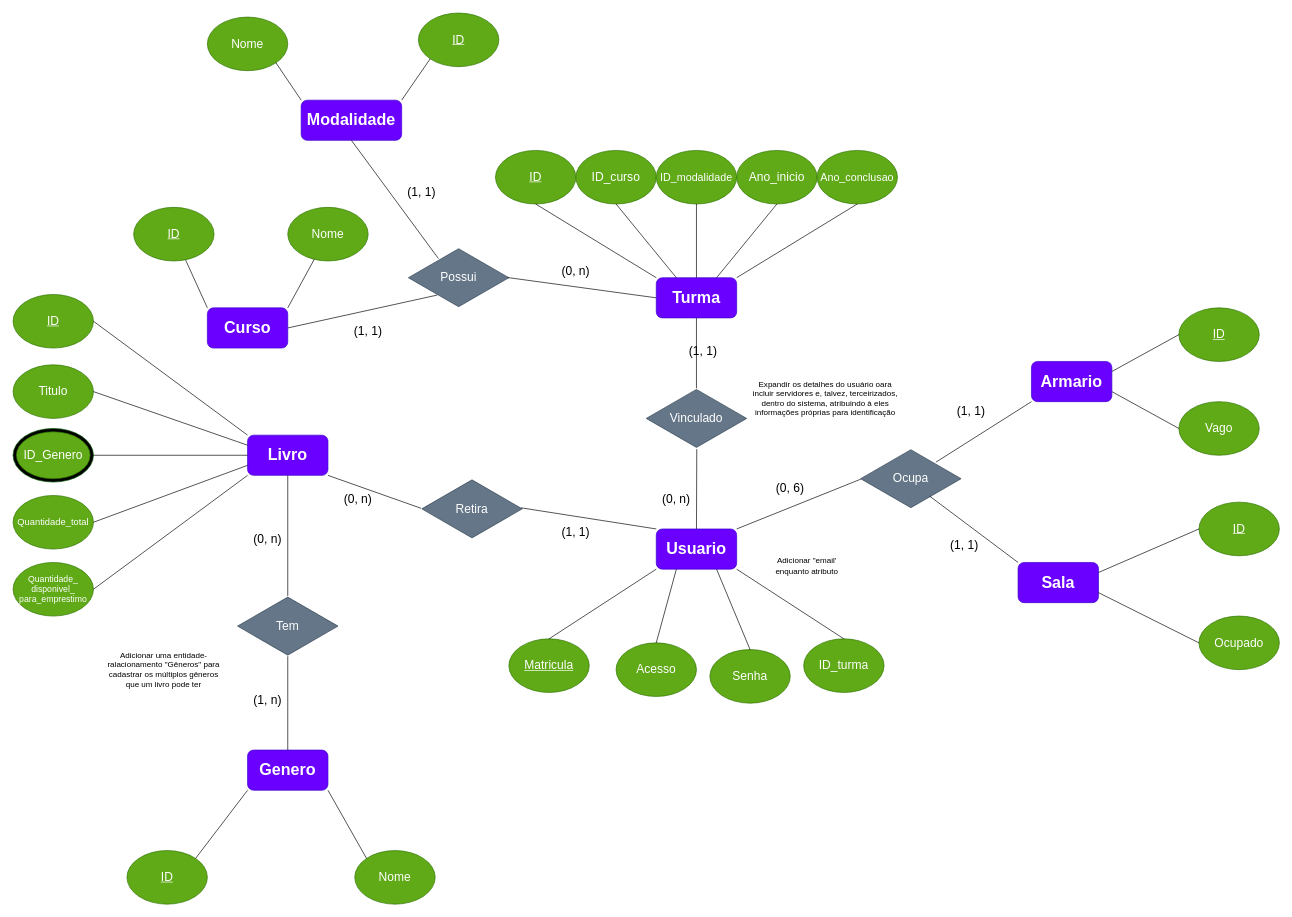
This is Modelo_conceitual_bd.drawio from Sediclaneto/Projeto_biblioteca, a draw.io file, before an edit. Source tidied: cells renumbered, new cells numbered last; positions are measured from the earlier drawing's top-left corner, leaving out a move shared by most shapes. Both pictures are drawn from the tidied source at 67%, with x=0, y=0 at pixel (13, 13).
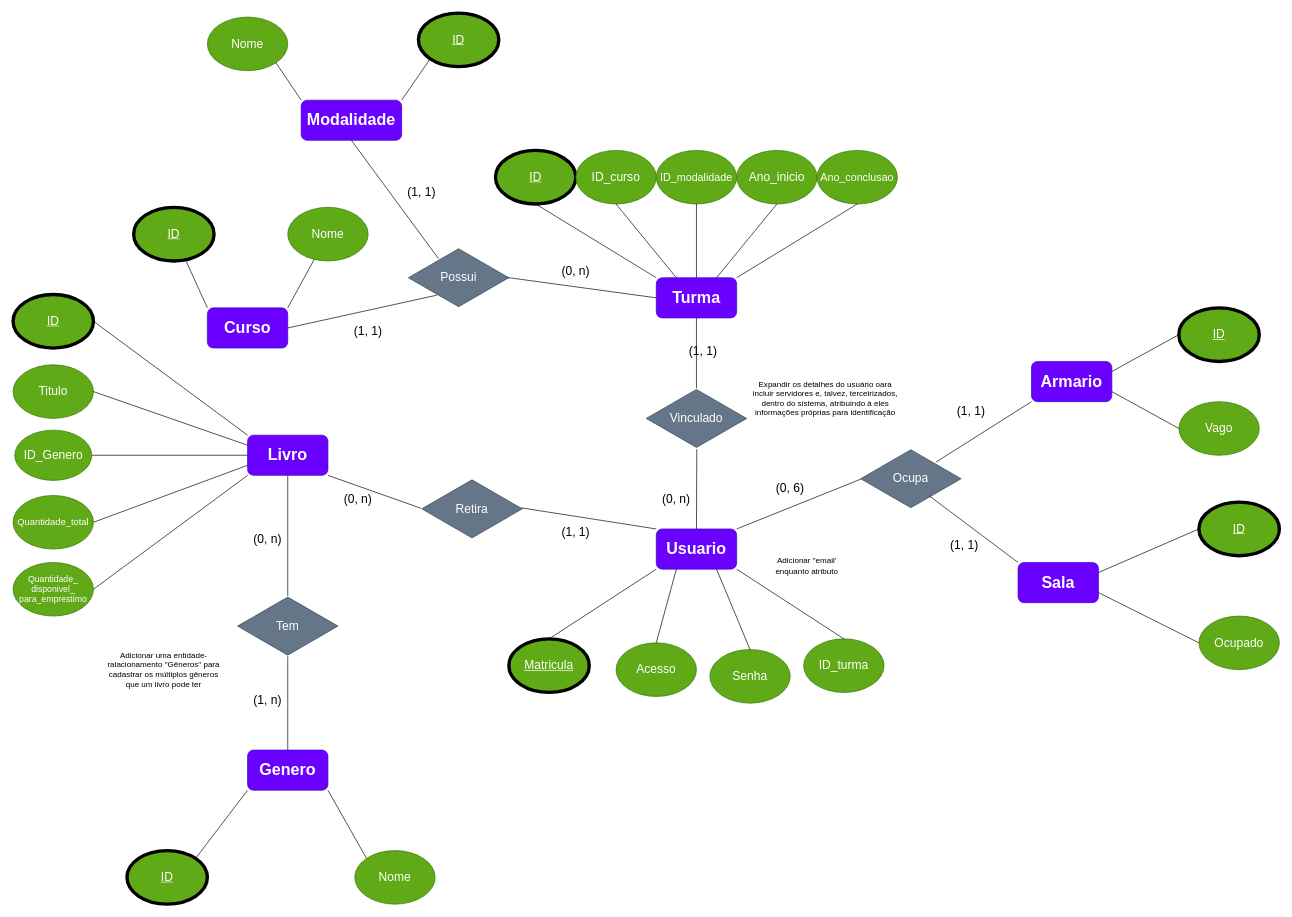
After the change.

The change refers to these unchanged cells:
```xml
<mxCell id="3" value="&lt;h1&gt;Livro&lt;/h1&gt;" style="rounded=1;whiteSpace=wrap;html=1;fillColor=#6a00ff;fontColor=#ffffff;strokeColor=#3700CC;" parent="1" vertex="1">
  <mxGeometry x="350" y="630" width="120" height="60" as="geometry" />
</mxCell>
```

The edit, as a diff of the source:
```diff
@@
-    <mxCell id="6" value="&lt;u&gt;&lt;font style=&quot;font-size: 18px;&quot;&gt;Matricula&lt;/font&gt;&lt;/u&gt;" style="ellipse;whiteSpace=wrap;html=1;fillColor=#60a917;fontColor=#ffffff;strokeColor=#2D7600;" parent="1" vertex="1">
+    <mxCell id="6" value="&lt;u&gt;&lt;font style=&quot;font-size: 18px;&quot;&gt;Matricula&lt;/font&gt;&lt;/u&gt;" style="ellipse;whiteSpace=wrap;html=1;fillColor=#60a917;fontColor=#ffffff;strokeColor=#000000;strokeWidth=5;" parent="1" vertex="1">
       <mxGeometry x="740" y="934" width="120" height="80" as="geometry" />
     </mxCell>
@@
-    <mxCell id="9" value="&lt;u&gt;&lt;font style=&quot;font-size: 18px;&quot;&gt;ID&lt;/font&gt;&lt;/u&gt;" style="ellipse;whiteSpace=wrap;html=1;fillColor=#60a917;fontColor=#ffffff;strokeColor=#2D7600;" parent="1" vertex="1">
+    <mxCell id="9" value="&lt;u&gt;&lt;font style=&quot;font-size: 18px;&quot;&gt;ID&lt;/font&gt;&lt;/u&gt;" style="ellipse;whiteSpace=wrap;html=1;fillColor=#60a917;fontColor=#ffffff;strokeColor=#000000;strokeWidth=5;" parent="1" vertex="1">
       <mxGeometry y="420" width="120" height="80" as="geometry" />
     </mxCell>
@@
-    <mxCell id="11" style="ellipse;whiteSpace=wrap;html=1;fillColor=#000000;fontColor=#ffffff;strokeColor=#005700;" parent="1" vertex="1">
-      <mxGeometry y="620" width="120" height="80" as="geometry" />
-    </mxCell>
-    <mxCell id="12" value="&lt;u&gt;&lt;font style=&quot;font-size: 18px;&quot;&gt;ID&lt;/font&gt;&lt;/u&gt;" style="ellipse;whiteSpace=wrap;html=1;fillColor=#60a917;fontColor=#ffffff;strokeColor=#2D7600;" parent="1" vertex="1">
+    <mxCell id="12" value="&lt;u&gt;&lt;font style=&quot;font-size: 18px;&quot;&gt;ID&lt;/font&gt;&lt;/u&gt;" style="ellipse;whiteSpace=wrap;html=1;fillColor=#60a917;fontColor=#ffffff;strokeColor=#000000;strokeWidth=5;" parent="1" vertex="1">
       <mxGeometry x="1740" y="440" width="120" height="80" as="geometry" />
     </mxCell>
@@
-    <mxCell id="14" value="&lt;u&gt;&lt;font style=&quot;font-size: 18px;&quot;&gt;ID&lt;/font&gt;&lt;/u&gt;" style="ellipse;whiteSpace=wrap;html=1;fillColor=#60a917;fontColor=#ffffff;strokeColor=#2D7600;" parent="1" vertex="1">
+    <mxCell id="14" value="&lt;u&gt;&lt;font style=&quot;font-size: 18px;&quot;&gt;ID&lt;/font&gt;&lt;/u&gt;" style="ellipse;whiteSpace=wrap;html=1;fillColor=#60a917;fontColor=#ffffff;strokeColor=light-dark(#000000, #73b14c);strokeWidth=5;" parent="1" vertex="1">
       <mxGeometry x="1770" y="730" width="120" height="80" as="geometry" />
     </mxCell>
@@
-    <mxCell id="23" style="endArrow=none;html=1;rounded=0;entryX=1;entryY=0.5;entryDx=0;entryDy=0;exitX=0;exitY=0.5;exitDx=0;exitDy=0;" parent="1" edge="1" source="3" target="11">
+    <mxCell id="23" style="endArrow=none;html=1;rounded=0;entryX=1;entryY=0.5;entryDx=0;entryDy=0;exitX=0;exitY=0.5;exitDx=0;exitDy=0;" parent="1" edge="1" source="3" target="58">
       <mxGeometry relative="1" as="geometry" />
     </mxCell>
@@
-    <mxCell id="33" value="&lt;u&gt;&lt;font style=&quot;font-size: 18px;&quot;&gt;ID&lt;/font&gt;&lt;/u&gt;" style="ellipse;whiteSpace=wrap;html=1;fillColor=#60a917;fontColor=#ffffff;strokeColor=#2D7600;" parent="1" vertex="1">
+    <mxCell id="33" value="&lt;u&gt;&lt;font style=&quot;font-size: 18px;&quot;&gt;ID&lt;/font&gt;&lt;/u&gt;" style="ellipse;whiteSpace=wrap;html=1;fillColor=#60a917;fontColor=#ffffff;strokeColor=#000000;strokeWidth=5;" parent="1" vertex="1">
       <mxGeometry x="720" y="205" width="120" height="80" as="geometry" />
     </mxCell>
@@
-    <mxCell id="44" value="&lt;u&gt;&lt;font style=&quot;font-size: 18px;&quot;&gt;ID&lt;/font&gt;&lt;/u&gt;" style="ellipse;whiteSpace=wrap;html=1;fillColor=#60a917;fontColor=#ffffff;strokeColor=#2D7600;" parent="1" vertex="1">
+    <mxCell id="44" value="&lt;u&gt;&lt;font style=&quot;font-size: 18px;&quot;&gt;ID&lt;/font&gt;&lt;/u&gt;" style="ellipse;whiteSpace=wrap;html=1;fillColor=#60a917;fontColor=#ffffff;strokeColor=light-dark(#000000, #73b14c);strokeWidth=5;" parent="1" vertex="1">
       <mxGeometry x="180" y="290" width="120" height="80" as="geometry" />
     </mxCell>
@@
-    <mxCell id="49" value="&lt;u&gt;&lt;font style=&quot;font-size: 18px;&quot;&gt;ID&lt;/font&gt;&lt;/u&gt;" style="ellipse;whiteSpace=wrap;html=1;fillColor=#60a917;fontColor=#ffffff;strokeColor=#2D7600;" parent="1" vertex="1">
+    <mxCell id="49" value="&lt;u&gt;&lt;font style=&quot;font-size: 18px;&quot;&gt;ID&lt;/font&gt;&lt;/u&gt;" style="ellipse;whiteSpace=wrap;html=1;fillColor=#60a917;fontColor=#ffffff;strokeColor=#000000;strokeWidth=5;" parent="1" vertex="1">
       <mxGeometry x="605" width="120" height="80" as="geometry" />
     </mxCell>
@@
-    <mxCell id="54" value="&lt;u&gt;&lt;font style=&quot;font-size: 18px;&quot;&gt;ID&lt;/font&gt;&lt;/u&gt;" style="ellipse;whiteSpace=wrap;html=1;fillColor=#60a917;fontColor=#ffffff;strokeColor=#2D7600;" parent="1" vertex="1">
+    <mxCell id="54" value="&lt;u&gt;&lt;font style=&quot;font-size: 18px;&quot;&gt;ID&lt;/font&gt;&lt;/u&gt;" style="ellipse;whiteSpace=wrap;html=1;fillColor=#60a917;fontColor=#ffffff;strokeColor=#000000;strokeWidth=5;" parent="1" vertex="1">
       <mxGeometry x="170" y="1250" width="120" height="80" as="geometry" />
     </mxCell>
@@
     <mxCell id="58" value="&lt;font style=&quot;font-size: 18px;&quot;&gt;ID_Genero&lt;/font&gt;" style="ellipse;whiteSpace=wrap;html=1;fillColor=#60a917;fontColor=#ffffff;strokeColor=#2D7600;" parent="1" vertex="1">
-      <mxGeometry x="5" y="625" width="110" height="70" as="geometry" />
+      <mxGeometry x="2.5" y="622.5" width="115" height="75" as="geometry" />
     </mxCell>
```
